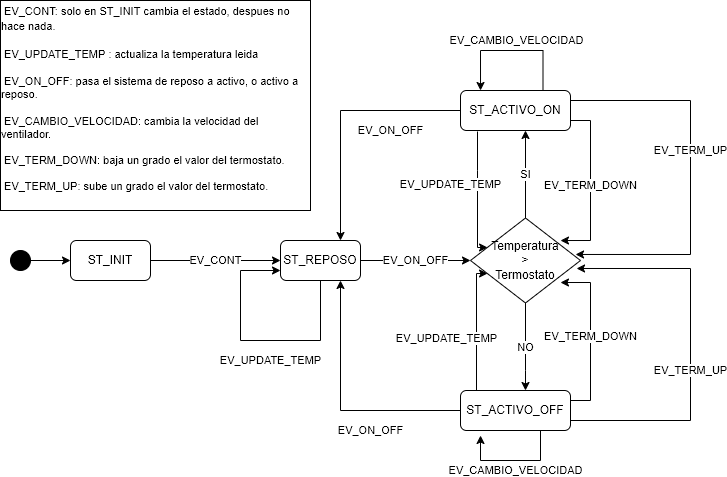
Before: TP1/DiagramaDeEstados.png, a diagram exported from draw.io (GDVillalba/PrograAvanzada2022). Source tidied: cells renumbered, new cells last; positions are measured from the earlier drawing's top-left corner, leaving out a move shared by most shapes.
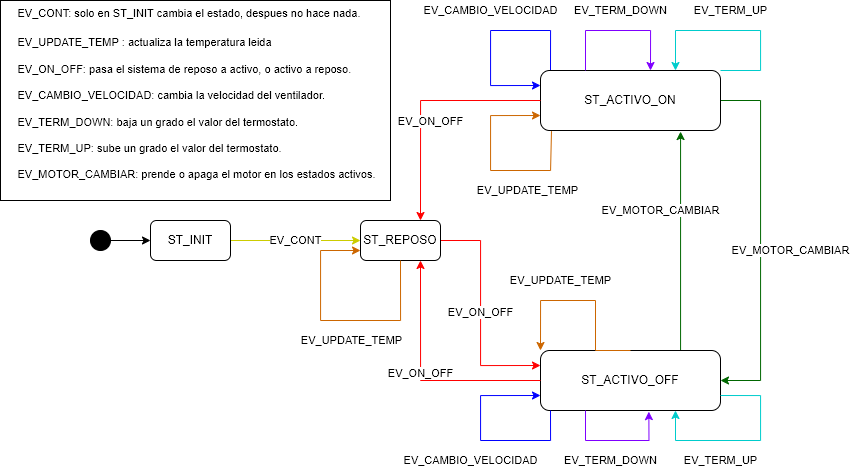
Later version of the same file.

Diff of the diagram source:
```diff
@@ -8,85 +8,60 @@
     <mxCell id="3" style="ellipse;whiteSpace=wrap;html=1;fillColor=#000000;" parent="1" vertex="1">
       <mxGeometry x="10" y="250" width="20" height="20" as="geometry" />
     </mxCell>
-    <mxCell id="4" value="EV_CONT" style="edgeStyle=orthogonalEdgeStyle;rounded=0;jettySize=auto;html=1;entryX=0;entryY=0.5;entryDx=0;entryDy=0;" parent="1" edge="1" source="5" target="11">
+    <mxCell id="4" value="EV_CONT" style="edgeStyle=orthogonalEdgeStyle;rounded=0;jettySize=auto;html=1;entryX=0;entryY=0.5;entryDx=0;entryDy=0;strokeColor=#CCCC00;" parent="1" edge="1" source="5" target="11">
       <mxGeometry relative="1" as="geometry" />
     </mxCell>
     <mxCell id="5" value="ST_INIT" style="rounded=1;whiteSpace=wrap;html=1;fillColor=#FFFFFF;" parent="1" vertex="1">
       <mxGeometry x="70" y="240" width="80" height="40" as="geometry" />
     </mxCell>
-    <mxCell id="6" value="EV_CAMBIO_VELOCIDAD" style="edgeStyle=orthogonalEdgeStyle;rounded=0;orthogonalLoop=1;jettySize=auto;html=1;exitX=0.75;exitY=0;exitDx=0;exitDy=0;entryX=0.182;entryY=0;entryDx=0;entryDy=0;entryPerimeter=0;" parent="1" edge="1" source="9" target="9">
-      <mxGeometry x="-0.05" y="-10" relative="1" as="geometry">
+    <mxCell id="6" value="EV_CAMBIO_VELOCIDAD" style="edgeStyle=orthogonalEdgeStyle;rounded=0;jettySize=auto;html=1;entryX=0;entryY=0.25;entryDx=0;entryDy=0;strokeColor=#0000FF;" parent="1" edge="1" target="9">
+      <mxGeometry x="-0.02" y="-20" relative="1" as="geometry">
+        <mxPoint x="470" y="90" as="sourcePoint" />
         <Array as="points">
-          <mxPoint x="543" y="50" />
-          <mxPoint x="480" y="50" />
+          <mxPoint x="470" y="50" />
+          <mxPoint x="410" y="50" />
+          <mxPoint x="410" y="105" />
         </Array>
-        <mxPoint x="1" as="offset" />
+        <mxPoint x="20" y="-20" as="offset" />
       </mxGeometry>
     </mxCell>
-    <mxCell id="7" value="EV_TERM_DOWN" style="edgeStyle=orthogonalEdgeStyle;rounded=0;jettySize=auto;html=1;entryX=0.818;entryY=0.265;entryDx=0;entryDy=0;entryPerimeter=0;exitX=1;exitY=0.75;exitDx=0;exitDy=0;" parent="1" edge="1" source="9" target="17">
-      <mxGeometry relative="1" as="geometry">
+    <mxCell id="7" value="EV_MOTOR_CAMBIAR" style="edgeStyle=orthogonalEdgeStyle;rounded=0;jettySize=auto;html=1;entryX=1;entryY=0.5;entryDx=0;entryDy=0;exitX=1;exitY=0.5;exitDx=0;exitDy=0;strokeColor=#006600;" parent="1" edge="1" source="9" target="14">
+      <mxGeometry x="0.06" y="30" relative="1" as="geometry">
         <Array as="points">
-          <mxPoint x="590" y="120" />
-          <mxPoint x="590" y="240" />
+          <mxPoint x="680" y="120" />
+          <mxPoint x="680" y="400" />
         </Array>
+        <mxPoint y="-1" as="offset" />
       </mxGeometry>
     </mxCell>
-    <mxCell id="8" value="EV_TERM_UP" style="edgeStyle=orthogonalEdgeStyle;rounded=0;jettySize=auto;html=1;exitX=1;exitY=0.25;exitDx=0;exitDy=0;entryX=0.955;entryY=0.429;entryDx=0;entryDy=0;entryPerimeter=0;" parent="1" edge="1" source="9" target="17">
-      <mxGeometry x="-0.13" relative="1" as="geometry">
-        <Array as="points">
-          <mxPoint x="690" y="100" />
-          <mxPoint x="690" y="254" />
-        </Array>
-      </mxGeometry>
-    </mxCell>
     <mxCell id="9" value="ST_ACTIVO_ON" style="rounded=1;whiteSpace=wrap;html=1;fillColor=#FFFFFF;" parent="1" vertex="1">
-      <mxGeometry x="460" y="90" width="110" height="40" as="geometry" />
+      <mxGeometry x="460" y="90" width="180" height="60" as="geometry" />
     </mxCell>
-    <mxCell id="10" value="EV_ON_OFF" style="edgeStyle=orthogonalEdgeStyle;rounded=0;jettySize=auto;html=1;" parent="1" edge="1" source="11" target="17">
-      <mxGeometry relative="1" as="geometry" />
+    <mxCell id="10" value="EV_ON_OFF" style="edgeStyle=orthogonalEdgeStyle;rounded=0;jettySize=auto;html=1;entryX=0;entryY=0.25;entryDx=0;entryDy=0;strokeColor=#FF0000;" parent="1" edge="1" source="11" target="14">
+      <mxGeometry relative="1" as="geometry">
+        <Array as="points">
+          <mxPoint x="400" y="260" />
+          <mxPoint x="400" y="385" />
+        </Array>
+      </mxGeometry>
     </mxCell>
     <mxCell id="11" value="ST_REPOSO" style="rounded=1;whiteSpace=wrap;html=1;fillColor=#FFFFFF;" parent="1" vertex="1">
       <mxGeometry x="280" y="240" width="80" height="40" as="geometry" />
     </mxCell>
-    <mxCell id="12" value="EV_TERM_DOWN" style="edgeStyle=orthogonalEdgeStyle;rounded=0;jettySize=auto;html=1;exitX=1;exitY=0.25;exitDx=0;exitDy=0;entryX=0.818;entryY=0.759;entryDx=0;entryDy=0;entryPerimeter=0;" parent="1" edge="1" source="14" target="17">
-      <mxGeometry relative="1" as="geometry">
+    <mxCell id="12" value="EV_MOTOR_CAMBIAR" style="edgeStyle=orthogonalEdgeStyle;rounded=0;jettySize=auto;html=1;exitX=0.75;exitY=0;exitDx=0;exitDy=0;strokeColor=#006600;" parent="1" edge="1" source="14">
+      <mxGeometry x="0.29" y="20" relative="1" as="geometry">
+        <mxPoint x="600" y="151" as="targetPoint" />
         <Array as="points">
-          <mxPoint x="590" y="400" />
-          <mxPoint x="590" y="282" />
+          <mxPoint x="600" y="371" />
+          <mxPoint x="600" y="151" />
+          <mxPoint x="550" y="151" />
         </Array>
       </mxGeometry>
     </mxCell>
-    <mxCell id="13" value="EV_TERM_UP" style="edgeStyle=orthogonalEdgeStyle;rounded=0;jettySize=auto;html=1;exitX=1;exitY=0.75;exitDx=0;exitDy=0;entryX=0.964;entryY=0.594;entryDx=0;entryDy=0;entryPerimeter=0;" parent="1" edge="1" source="14" target="17">
-      <mxGeometry x="-0.12" relative="1" as="geometry">
-        <Array as="points">
-          <mxPoint x="690" y="420" />
-          <mxPoint x="690" y="268" />
-        </Array>
-      </mxGeometry>
-    </mxCell>
     <mxCell id="14" value="ST_ACTIVO_OFF" style="rounded=1;whiteSpace=wrap;html=1;fillColor=#FFFFFF;" parent="1" vertex="1">
-      <mxGeometry x="460" y="390" width="110" height="40" as="geometry" />
+      <mxGeometry x="460" y="370" width="180" height="60" as="geometry" />
     </mxCell>
-    <mxCell id="15" value="SI" style="edgeStyle=orthogonalEdgeStyle;rounded=0;jettySize=auto;html=1;" parent="1" edge="1" source="17">
-      <mxGeometry relative="1" as="geometry">
-        <mxPoint x="525" y="130" as="targetPoint" />
-        <Array as="points">
-          <mxPoint x="525" y="130" />
-        </Array>
-      </mxGeometry>
-    </mxCell>
-    <mxCell id="16" value="NO" style="edgeStyle=orthogonalEdgeStyle;rounded=0;jettySize=auto;html=1;" parent="1" edge="1" source="17" target="14">
-      <mxGeometry relative="1" as="geometry">
-        <Array as="points">
-          <mxPoint x="525" y="370" />
-          <mxPoint x="525" y="370" />
-        </Array>
-      </mxGeometry>
-    </mxCell>
-    <mxCell id="17" value="Temperatura&lt;br&gt;&amp;nbsp;&amp;gt; &lt;br&gt;Termostato" style="rhombus;whiteSpace=wrap;html=1;fillColor=#FFFFFF;" parent="1" vertex="1">
-      <mxGeometry x="470" y="217.5" width="110" height="85" as="geometry" />
-    </mxCell>
-    <mxCell id="18" value="EV_UPDATE_TEMP" style="edgeStyle=orthogonalEdgeStyle;rounded=0;orthogonalLoop=1;jettySize=auto;html=1;entryX=0;entryY=0.75;entryDx=0;entryDy=0;exitX=0.5;exitY=1;exitDx=0;exitDy=0;" parent="1" edge="1" source="11" target="11">
+    <mxCell id="18" value="EV_UPDATE_TEMP" style="edgeStyle=orthogonalEdgeStyle;rounded=0;orthogonalLoop=1;jettySize=auto;html=1;entryX=0;entryY=0.75;entryDx=0;entryDy=0;exitX=0.5;exitY=1;exitDx=0;exitDy=0;strokeColor=#CC6600;" parent="1" edge="1" source="11" target="11">
       <mxGeometry x="-0.12" y="20" relative="1" as="geometry">
         <Array as="points">
           <mxPoint x="320" y="340" />
@@ -95,45 +70,83 @@
         </Array>
       </mxGeometry>
     </mxCell>
-    <mxCell id="19" value="EV_ON_OFF" style="edgeStyle=orthogonalEdgeStyle;rounded=0;jettySize=auto;html=1;exitX=0;exitY=0.5;exitDx=0;exitDy=0;entryX=0.75;entryY=0;entryDx=0;entryDy=0;" parent="1" edge="1" source="9" target="11">
-      <mxGeometry x="-0.44" y="20" relative="1" as="geometry" />
+    <mxCell id="19" value="EV_ON_OFF" style="edgeStyle=orthogonalEdgeStyle;rounded=0;jettySize=auto;html=1;exitX=0;exitY=0.5;exitDx=0;exitDy=0;entryX=0.75;entryY=0;entryDx=0;entryDy=0;strokeColor=#FF0000;" parent="1" edge="1" source="9" target="11">
+      <mxGeometry x="0.18" y="10" relative="1" as="geometry" />
     </mxCell>
-    <mxCell id="20" value="EV_ON_OFF" style="edgeStyle=orthogonalEdgeStyle;rounded=0;jettySize=auto;html=1;entryX=0.75;entryY=1;entryDx=0;entryDy=0;exitX=0;exitY=0.5;exitDx=0;exitDy=0;" parent="1" edge="1" source="14" target="11">
-      <mxGeometry x="-0.28" y="20" relative="1" as="geometry">
+    <mxCell id="20" value="EV_ON_OFF" style="edgeStyle=orthogonalEdgeStyle;rounded=0;jettySize=auto;html=1;entryX=0.75;entryY=1;entryDx=0;entryDy=0;exitX=0;exitY=0.5;exitDx=0;exitDy=0;strokeColor=#FF0000;fillColor=#FF0000;" parent="1" edge="1" source="14" target="11">
+      <mxGeometry x="0.06" relative="1" as="geometry">
         <Array as="points">
-          <mxPoint x="340" y="410" />
+          <mxPoint x="340" y="400" />
         </Array>
       </mxGeometry>
     </mxCell>
-    <mxCell id="21" value="EV_UPDATE_TEMP" style="edgeStyle=orthogonalEdgeStyle;rounded=0;jettySize=auto;html=1;entryX=0.155;entryY=0.347;entryDx=0;entryDy=0;entryPerimeter=0;" parent="1" edge="1" target="17">
-      <mxGeometry x="-0.16" y="-27" relative="1" as="geometry">
-        <mxPoint x="477" y="131" as="sourcePoint" />
+    <mxCell id="21" value="EV_UPDATE_TEMP" style="edgeStyle=orthogonalEdgeStyle;rounded=0;orthogonalLoop=1;jettySize=auto;html=1;entryX=0;entryY=0.75;entryDx=0;entryDy=0;strokeColor=#CC6600;exitX=0.061;exitY=1.011;exitDx=0;exitDy=0;exitPerimeter=0;" parent="1" edge="1" source="9" target="9">
+      <mxGeometry x="-0.38" y="20" relative="1" as="geometry">
         <Array as="points">
-          <mxPoint x="477" y="170" />
-          <mxPoint x="477" y="170" />
+          <mxPoint x="470" y="190" />
+          <mxPoint x="410" y="190" />
+          <mxPoint x="410" y="135" />
         </Array>
       </mxGeometry>
     </mxCell>
-    <mxCell id="22" value="EV_UPDATE_TEMP" style="edgeStyle=orthogonalEdgeStyle;rounded=0;jettySize=auto;html=1;entryX=0.155;entryY=0.653;entryDx=0;entryDy=0;entryPerimeter=0;" parent="1" edge="1" target="17">
-      <mxGeometry x="-0.15" y="30" relative="1" as="geometry">
-        <mxPoint x="480" y="390" as="sourcePoint" />
+    <mxCell id="22" value="EV_UPDATE_TEMP" style="edgeStyle=orthogonalEdgeStyle;rounded=0;orthogonalLoop=1;jettySize=auto;html=1;entryX=0;entryY=0;entryDx=0;entryDy=0;exitX=0.5;exitY=0;exitDx=0;exitDy=0;strokeColor=#CC6600;" parent="1" edge="1" source="14" target="14">
+      <mxGeometry x="0.26" y="-20" relative="1" as="geometry">
         <Array as="points">
-          <mxPoint x="476" y="390" />
-          <mxPoint x="476" y="273" />
+          <mxPoint x="515" y="320" />
+          <mxPoint x="460" y="320" />
         </Array>
       </mxGeometry>
     </mxCell>
-    <mxCell id="23" value="EV_CAMBIO_VELOCIDAD" style="edgeStyle=orthogonalEdgeStyle;rounded=0;orthogonalLoop=1;jettySize=auto;html=1;entryX=0.182;entryY=1.125;entryDx=0;entryDy=0;entryPerimeter=0;exitX=0.75;exitY=1;exitDx=0;exitDy=0;" parent="1" edge="1" source="14" target="14">
-      <mxGeometry x="-0.01" y="10" relative="1" as="geometry">
+    <mxCell id="23" value="EV_CAMBIO_VELOCIDAD" style="edgeStyle=orthogonalEdgeStyle;rounded=0;jettySize=auto;html=1;entryX=0;entryY=0.75;entryDx=0;entryDy=0;strokeColor=#0000FF;" parent="1" edge="1" target="14">
+      <mxGeometry x="-0.02" y="22" relative="1" as="geometry">
+        <mxPoint x="470" y="430" as="sourcePoint" />
         <Array as="points">
-          <mxPoint x="540" y="430" />
-          <mxPoint x="540" y="460" />
-          <mxPoint x="480" y="460" />
+          <mxPoint x="470" y="430" />
+          <mxPoint x="470" y="460" />
+          <mxPoint x="400" y="460" />
+          <mxPoint x="400" y="415" />
         </Array>
+        <mxPoint x="12" y="20" as="offset" />
       </mxGeometry>
     </mxCell>
-    <mxCell id="24" value="&lt;div style=&quot;text-align: left&quot;&gt;&lt;span style=&quot;font-size: 11px ; text-align: center ; background-color: rgb(255 , 255 , 255)&quot;&gt;&amp;nbsp;EV_CONT: solo en ST_INIT cambia el estado, despues no hace nada.&lt;/span&gt;&lt;span style=&quot;background-color: rgb(255 , 255 , 255) ; font-size: 11px&quot;&gt;&lt;br&gt;&lt;/span&gt;&lt;/div&gt;&lt;div style=&quot;text-align: left&quot;&gt;&lt;span style=&quot;font-size: 11px ; text-align: center ; background-color: rgb(255 , 255 , 255)&quot;&gt;&lt;br&gt;&lt;/span&gt;&lt;/div&gt;&lt;div style=&quot;text-align: left&quot;&gt;&lt;span style=&quot;background-color: rgb(255 , 255 , 255) ; font-size: 11px&quot;&gt;&amp;nbsp;EV_UPDATE_TEMP : actualiza la temperatura leida&lt;/span&gt;&lt;/div&gt;&lt;span style=&quot;font-size: 11px ; background-color: rgb(255 , 255 , 255)&quot;&gt;&lt;div style=&quot;text-align: left&quot;&gt;&lt;br&gt;&lt;/div&gt;&lt;div style=&quot;text-align: left&quot;&gt;&amp;nbsp;EV_ON_OFF: pasa el sistema de reposo a activo, o activo a reposo.&lt;/div&gt;&lt;/span&gt;&lt;span style=&quot;font-size: 11px ; background-color: rgb(255 , 255 , 255)&quot;&gt;&lt;div style=&quot;text-align: left&quot;&gt;&lt;br&gt;&lt;/div&gt;&lt;div style=&quot;text-align: left&quot;&gt;&amp;nbsp;EV_CAMBIO_VELOCIDAD: cambia la velocidad del ventilador.&lt;/div&gt;&lt;div style=&quot;text-align: left&quot;&gt;&lt;br&gt;&lt;/div&gt;&lt;/span&gt;&lt;span style=&quot;font-size: 11px ; background-color: rgb(255 , 255 , 255)&quot;&gt;&lt;div style=&quot;text-align: left&quot;&gt;&amp;nbsp;EV_TERM_DOWN: baja un grado el valor del termostato.&lt;/div&gt;&lt;div style=&quot;text-align: left&quot;&gt;&lt;br&gt;&lt;/div&gt;&lt;/span&gt;&lt;span style=&quot;font-size: 11px ; background-color: rgb(255 , 255 , 255)&quot;&gt;&lt;div style=&quot;text-align: left&quot;&gt;&amp;nbsp;EV_TERM_UP: sube un grado el valor del termostato.&lt;/div&gt;&lt;/span&gt;&lt;span style=&quot;background-color: rgb(255 , 255 , 255) ; font-size: 11px&quot;&gt;&lt;div style=&quot;text-align: left&quot;&gt;&lt;br&gt;&lt;/div&gt;&lt;/span&gt;" style="rounded=0;whiteSpace=wrap;html=1;fillColor=#FFFFFF;" parent="1" vertex="1">
-      <mxGeometry width="310" height="210" as="geometry" />
+    <mxCell id="24" value="&lt;div style=&quot;text-align: left&quot;&gt;&lt;span style=&quot;font-size: 11px ; text-align: center ; background-color: rgb(255 , 255 , 255)&quot;&gt;&amp;nbsp;EV_CONT: solo en ST_INIT cambia el estado, despues no hace nada.&lt;/span&gt;&lt;span style=&quot;background-color: rgb(255 , 255 , 255) ; font-size: 11px&quot;&gt;&lt;br&gt;&lt;/span&gt;&lt;/div&gt;&lt;div style=&quot;text-align: left&quot;&gt;&lt;span style=&quot;font-size: 11px ; text-align: center ; background-color: rgb(255 , 255 , 255)&quot;&gt;&lt;br&gt;&lt;/span&gt;&lt;/div&gt;&lt;div style=&quot;text-align: left&quot;&gt;&lt;span style=&quot;background-color: rgb(255 , 255 , 255) ; font-size: 11px&quot;&gt;&amp;nbsp;EV_UPDATE_TEMP : actualiza la temperatura leida&lt;/span&gt;&lt;/div&gt;&lt;span style=&quot;font-size: 11px ; background-color: rgb(255 , 255 , 255)&quot;&gt;&lt;div style=&quot;text-align: left&quot;&gt;&lt;br&gt;&lt;/div&gt;&lt;div style=&quot;text-align: left&quot;&gt;&amp;nbsp;EV_ON_OFF: pasa el sistema de reposo a activo, o activo a reposo.&lt;/div&gt;&lt;/span&gt;&lt;span style=&quot;font-size: 11px ; background-color: rgb(255 , 255 , 255)&quot;&gt;&lt;div style=&quot;text-align: left&quot;&gt;&lt;br&gt;&lt;/div&gt;&lt;div style=&quot;text-align: left&quot;&gt;&amp;nbsp;EV_CAMBIO_VELOCIDAD: cambia la velocidad del ventilador.&lt;/div&gt;&lt;div style=&quot;text-align: left&quot;&gt;&lt;br&gt;&lt;/div&gt;&lt;/span&gt;&lt;span style=&quot;font-size: 11px ; background-color: rgb(255 , 255 , 255)&quot;&gt;&lt;div style=&quot;text-align: left&quot;&gt;&amp;nbsp;EV_TERM_DOWN: baja un grado el valor del termostato.&lt;/div&gt;&lt;div style=&quot;text-align: left&quot;&gt;&lt;br&gt;&lt;/div&gt;&lt;/span&gt;&lt;span style=&quot;font-size: 11px ; background-color: rgb(255 , 255 , 255)&quot;&gt;&lt;div style=&quot;text-align: left&quot;&gt;&amp;nbsp;EV_TERM_UP: sube un grado el valor del termostato.&lt;/div&gt;&lt;div style=&quot;text-align: left&quot;&gt;&lt;br&gt;&lt;/div&gt;&lt;div style=&quot;text-align: left&quot;&gt;&amp;nbsp;&lt;span style=&quot;text-align: center&quot;&gt;EV_MOTOR_CAMBIAR&lt;/span&gt;: prende o apaga el motor en los estados activos.&lt;br&gt;&lt;/div&gt;&lt;/span&gt;&lt;span style=&quot;background-color: rgb(255 , 255 , 255) ; font-size: 11px&quot;&gt;&lt;div style=&quot;text-align: left&quot;&gt;&lt;br&gt;&lt;/div&gt;&lt;/span&gt;" style="rounded=0;whiteSpace=wrap;html=1;fillColor=#FFFFFF;" parent="1" vertex="1">
+      <mxGeometry x="-80" y="20" width="390" height="200" as="geometry" />
     </mxCell>
+    <mxCell id="25" value="EV_TERM_UP" style="edgeStyle=orthogonalEdgeStyle;rounded=0;orthogonalLoop=1;jettySize=auto;html=1;exitX=1;exitY=0;exitDx=0;exitDy=0;entryX=0.75;entryY=0;entryDx=0;entryDy=0;strokeColor=#00CCCC;" parent="1" edge="1" source="9" target="9">
+      <mxGeometry x="0.07" y="-20" relative="1" as="geometry">
+        <Array as="points">
+          <mxPoint x="680" y="90" />
+          <mxPoint x="680" y="50" />
+          <mxPoint x="595" y="50" />
+        </Array>
+        <mxPoint x="1" as="offset" />
+      </mxGeometry>
+    </mxCell>
+    <mxCell id="26" value="&lt;span style=&quot;color: rgb(0 , 0 , 0) ; font-family: &amp;#34;helvetica&amp;#34; ; font-size: 11px ; font-style: normal ; font-weight: 400 ; letter-spacing: normal ; text-align: left ; text-indent: 0px ; text-transform: none ; word-spacing: 0px ; background-color: rgb(255 , 255 , 255) ; display: inline ; float: none&quot;&gt;EV_TERM_DOWN&lt;/span&gt;" style="edgeStyle=orthogonalEdgeStyle;rounded=0;jettySize=auto;html=1;strokeColor=#7F00FF;" parent="1" edge="1" source="9">
+      <mxGeometry x="0.03" y="20" relative="1" as="geometry">
+        <mxPoint x="570" y="90" as="targetPoint" />
+        <Array as="points">
+          <mxPoint x="505" y="50" />
+          <mxPoint x="570" y="50" />
+        </Array>
+      </mxGeometry>
+    </mxCell>
+    <mxCell id="27" value="&lt;span style=&quot;color: rgb(0 , 0 , 0) ; font-family: &amp;#34;helvetica&amp;#34; ; font-size: 11px ; font-style: normal ; font-weight: 400 ; letter-spacing: normal ; text-align: center ; text-indent: 0px ; text-transform: none ; word-spacing: 0px ; background-color: rgb(255 , 255 , 255) ; display: inline ; float: none&quot;&gt;EV_TERM_UP&lt;/span&gt;" style="edgeStyle=orthogonalEdgeStyle;rounded=0;orthogonalLoop=1;jettySize=auto;html=1;exitX=1;exitY=0.75;exitDx=0;exitDy=0;entryX=0.75;entryY=1;entryDx=0;entryDy=0;strokeColor=#00CCCC;" parent="1" edge="1" source="14" target="14">
+      <mxGeometry x="0.25" y="20" relative="1" as="geometry">
+        <Array as="points">
+          <mxPoint x="680" y="415" />
+          <mxPoint x="680" y="460" />
+          <mxPoint x="595" y="460" />
+        </Array>
+      </mxGeometry>
+    </mxCell>
+    <mxCell id="28" value="&lt;span style=&quot;color: rgb(0 , 0 , 0) ; font-family: &amp;#34;helvetica&amp;#34; ; font-size: 11px ; font-style: normal ; font-weight: 400 ; letter-spacing: normal ; text-align: left ; text-indent: 0px ; text-transform: none ; word-spacing: 0px ; background-color: rgb(255 , 255 , 255) ; display: inline ; float: none&quot;&gt;EV_TERM_DOWN&lt;/span&gt;" style="edgeStyle=orthogonalEdgeStyle;rounded=0;orthogonalLoop=1;jettySize=auto;html=1;exitX=0.25;exitY=1;exitDx=0;exitDy=0;entryX=0.602;entryY=1.019;entryDx=0;entryDy=0;entryPerimeter=0;strokeColor=#7F00FF;" parent="1" edge="1" source="14" target="14">
+      <mxGeometry x="-0.1" y="-20" relative="1" as="geometry">
+        <Array as="points">
+          <mxPoint x="505" y="460" />
+          <mxPoint x="568" y="460" />
+        </Array>
+      </mxGeometry>
+    </mxCell>
   </root>
 </mxGraphModel>
```
